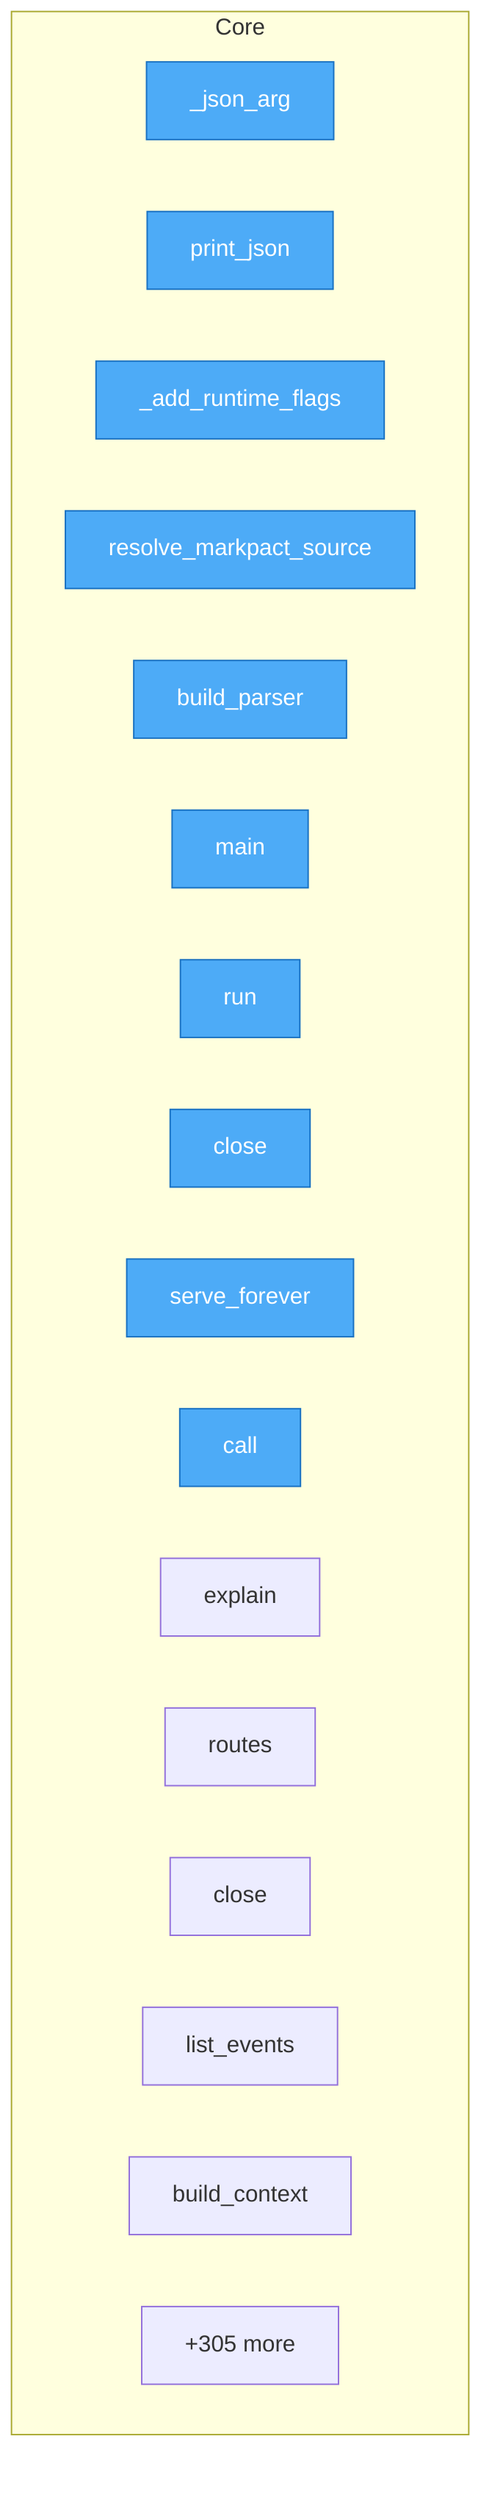
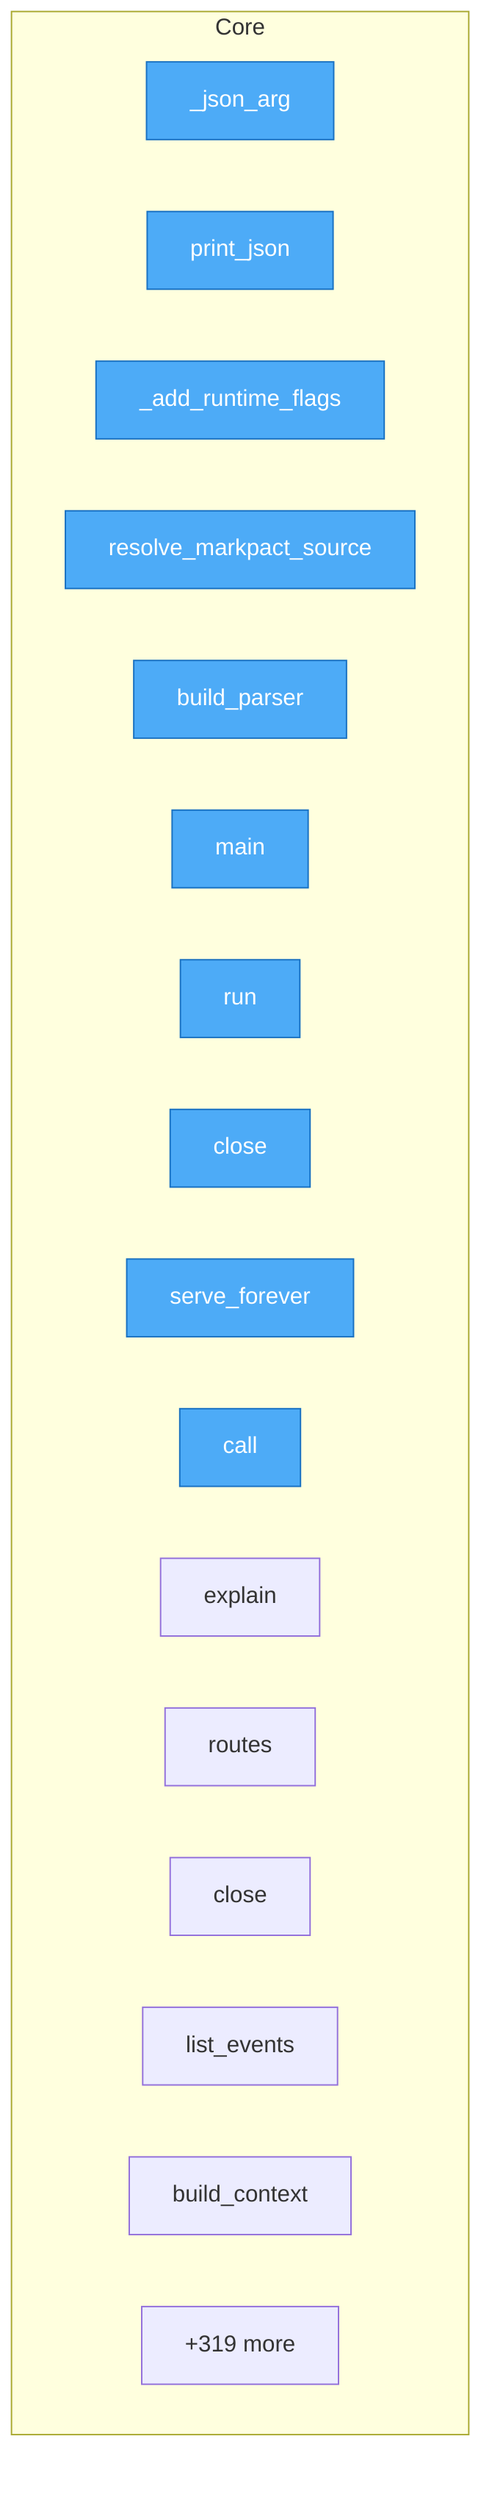
flowchart TD
- %% generated in 0.02s
+ %% generated in 0.01s

    %% Entry points (blue)
    classDef entry fill:#4dabf7,stroke:#1971c2,color:#fff

    subgraph Core
        src__urisys__cli___json_arg["_json_arg"]
        src__urisys__cli__print_json["print_json"]
        src__urisys__cli___add_runtime_flags["_add_runtime_flags"]
        src__urisys__cli__resolve_markpact_source["resolve_markpact_source"]
        src__urisys__cli__build_parser["build_parser"]
        src__urisys__cli__main["main"]
        src__urisys__controllers__flow_controller__FlowController__run["run"]
        src__urisys__controllers__flow_controller__FlowController__close["close"]
        src__urisys__controllers__server_controller__ServerController__serve_forever["serve_forever"]
        src__urisys__controllers__uri_controller__UriController__call["call"]
        src__urisys__controllers__uri_controller__UriController__explain["explain"]
        src__urisys__controllers__uri_controller__UriController__routes["routes"]
        src__urisys__controllers__uri_controller__UriController__close["close"]
        src__urisys__managers__event_manager__EventManager__list_events["list_events"]
        src__urisys__managers__policy_manager__PolicyManager__build_context["build_context"]
-         ...["+305 more"]
+         ...["+319 more"]
    end

    class src__urisys__cli___json_arg,src__urisys__cli__print_json,src__urisys__cli___add_runtime_flags,src__urisys__cli__resolve_markpact_source,src__urisys__cli__build_parser,src__urisys__cli__main,src__urisys__controllers__flow_controller__FlowController__run,src__urisys__controllers__flow_controller__FlowController__close,src__urisys__controllers__server_controller__ServerController__serve_forever,src__urisys__controllers__uri_controller__UriController__call entry
